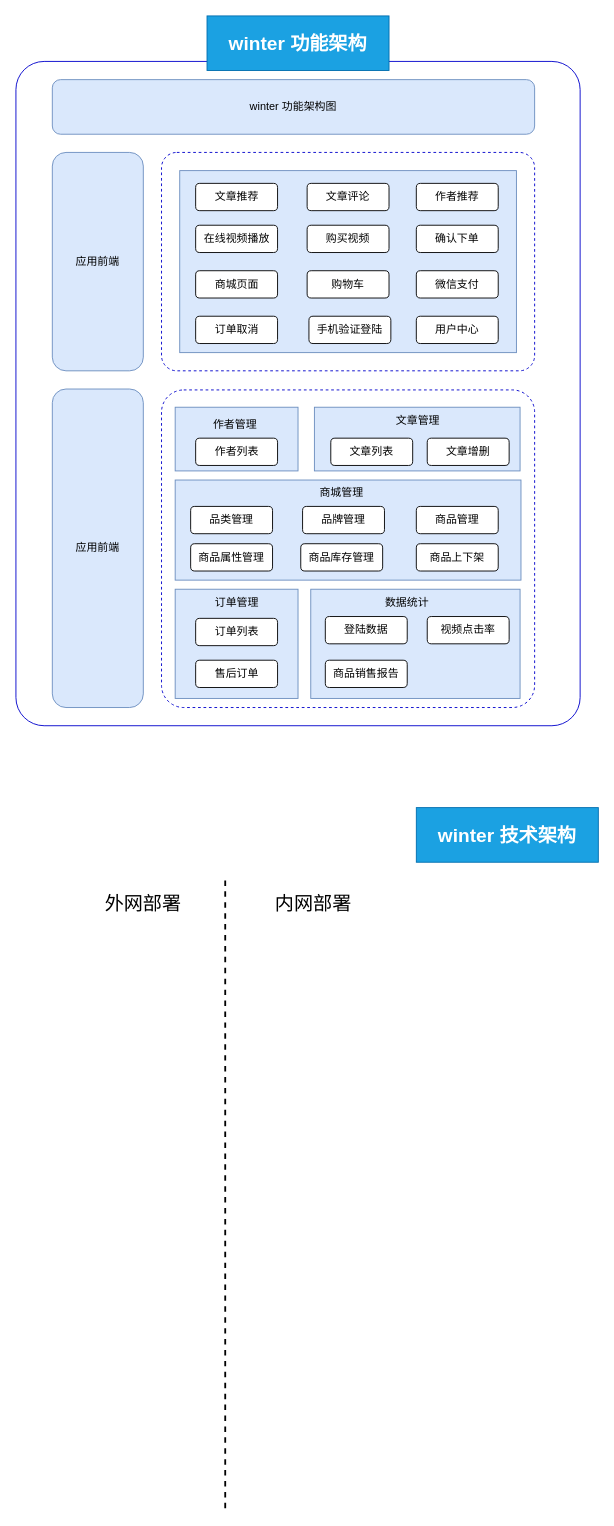
1nfin1te/Java-Doc-Web keeps this draw.io diagram as page "winter 功能架构图" (4 of 6) of files/架构图.drawio. Above is the earlier version. Source tidied: cells renumbered, new cells numbered last; positions are measured from the earlier drawing's top-left corner, leaving out a move shared by most shapes. Both pictures are drawn from the tidied source at 91%, with x=0, y=0 at pixel (15, 15).
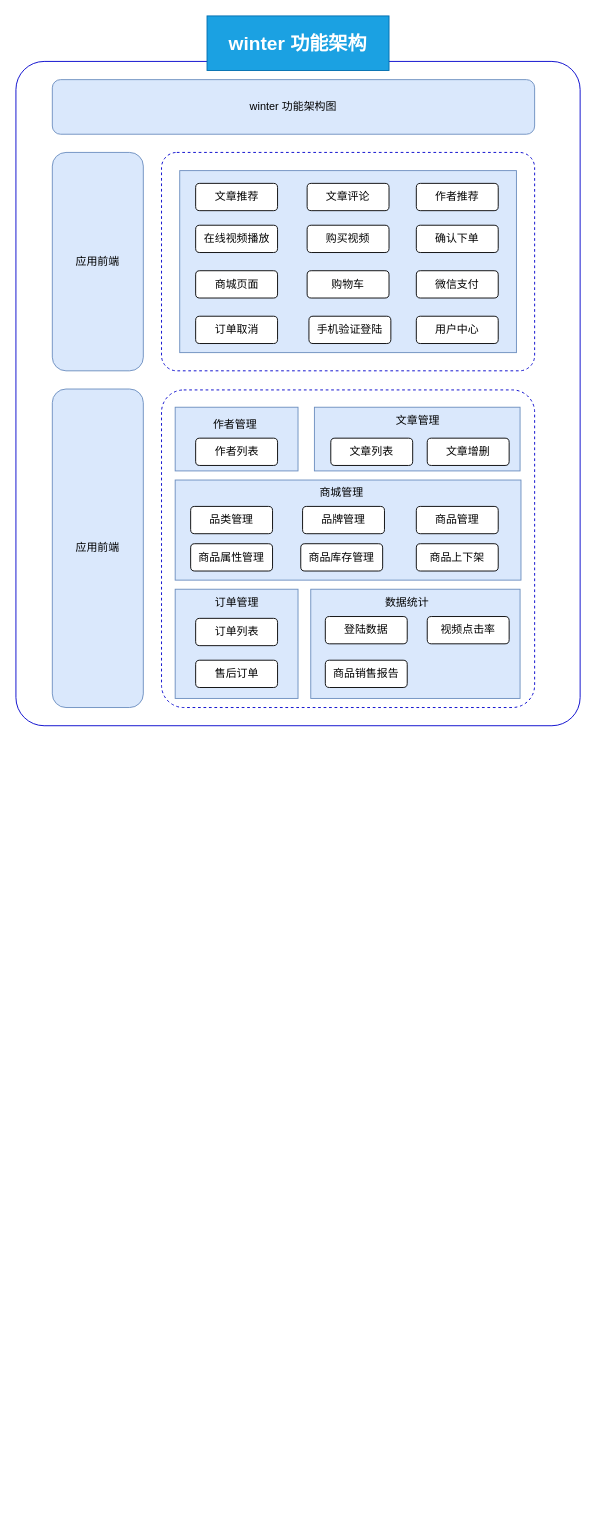
After the change.

Diff of the diagram source:
```diff
@@
-    <mxCell id="46" value="&lt;font style=&quot;font-size: 21px&quot;&gt;winter&amp;nbsp;技术架构&lt;/font&gt;" style="rounded=0;whiteSpace=wrap;html=1;shadow=0;glass=0;sketch=0;strokeColor=#006EAF;strokeWidth=1;fillColor=#1ba1e2;fontColor=#ffffff;fontStyle=1;" parent="1" vertex="1">
-      <mxGeometry x="440" y="870" width="200" height="60" as="geometry" />
-    </mxCell>
-    <mxCell id="47" style="endArrow=none;dashed=1;html=1;rounded=0;fontSize=21;strokeWidth=2;" parent="1" edge="1">
-      <mxGeometry relative="1" as="geometry">
-        <mxPoint x="230" y="950" as="sourcePoint" />
-        <mxPoint x="230" y="1640" as="targetPoint" />
-      </mxGeometry>
-    </mxCell>
-    <mxCell id="48" value="外网部署" style="text;html=1;strokeColor=none;fillColor=none;align=center;verticalAlign=middle;whiteSpace=wrap;rounded=0;shadow=0;glass=0;sketch=0;fontSize=21;" parent="1" vertex="1">
-      <mxGeometry x="70" y="960" width="140" height="30" as="geometry" />
-    </mxCell>
-    <mxCell id="49" value="内网部署" style="text;html=1;strokeColor=none;fillColor=none;align=center;verticalAlign=middle;whiteSpace=wrap;rounded=0;shadow=0;glass=0;sketch=0;fontSize=21;" parent="1" vertex="1">
-      <mxGeometry x="257" y="960" width="140" height="30" as="geometry" />
-    </mxCell>
```
